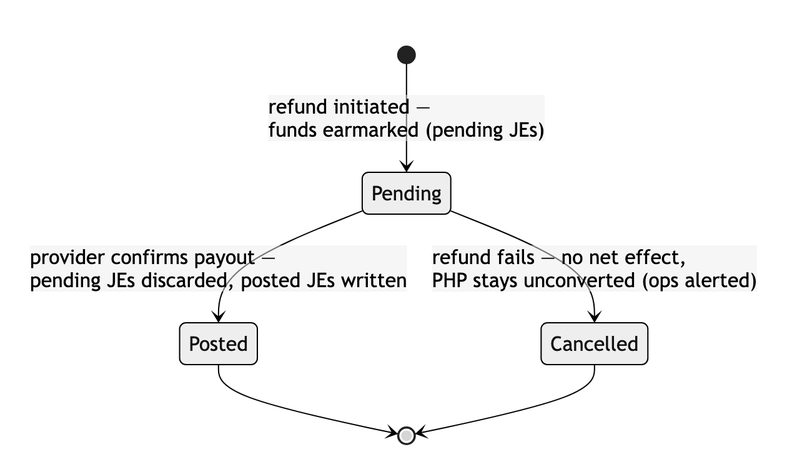
STAbraham/stablecoin-project keeps this Mermaid diagram as tracks/c-usdc-vasp-privy/research/diagrams/order-lifecycle.png. Above is the earlier version. Its source is kept beside it as tracks/c-usdc-vasp-privy/research/diagrams/order-lifecycle.mmd.
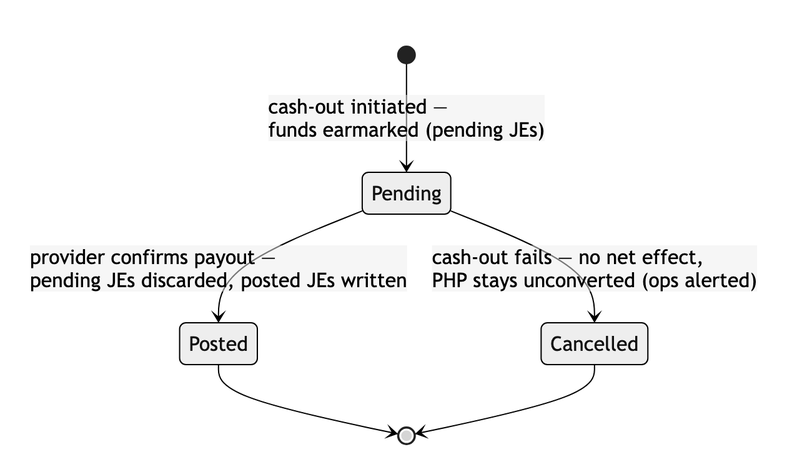
Above is the later version.

Commit message:
Ledger: refund_out unified into cash_out (one PHP-out type over fiat/v1/cash-out; cash_out_type = refund_to_source / user_withdrawal carries the policy rules) — Steve 10/02

What changed in the source:
```diff
@@ -1,6 +1,6 @@
 stateDiagram-v2
-    [*] --> Pending: refund initiated —<br/>funds earmarked (pending JEs)
+    [*] --> Pending: cash-out initiated —<br/>funds earmarked (pending JEs)
     Pending --> Posted: provider confirms payout —<br/>pending JEs discarded, posted JEs written
-    Pending --> Cancelled: refund fails — no net effect,<br/>PHP stays unconverted (ops alerted)
+    Pending --> Cancelled: cash-out fails — no net effect,<br/>PHP stays unconverted (ops alerted)
     Posted --> [*]
     Cancelled --> [*]
```
